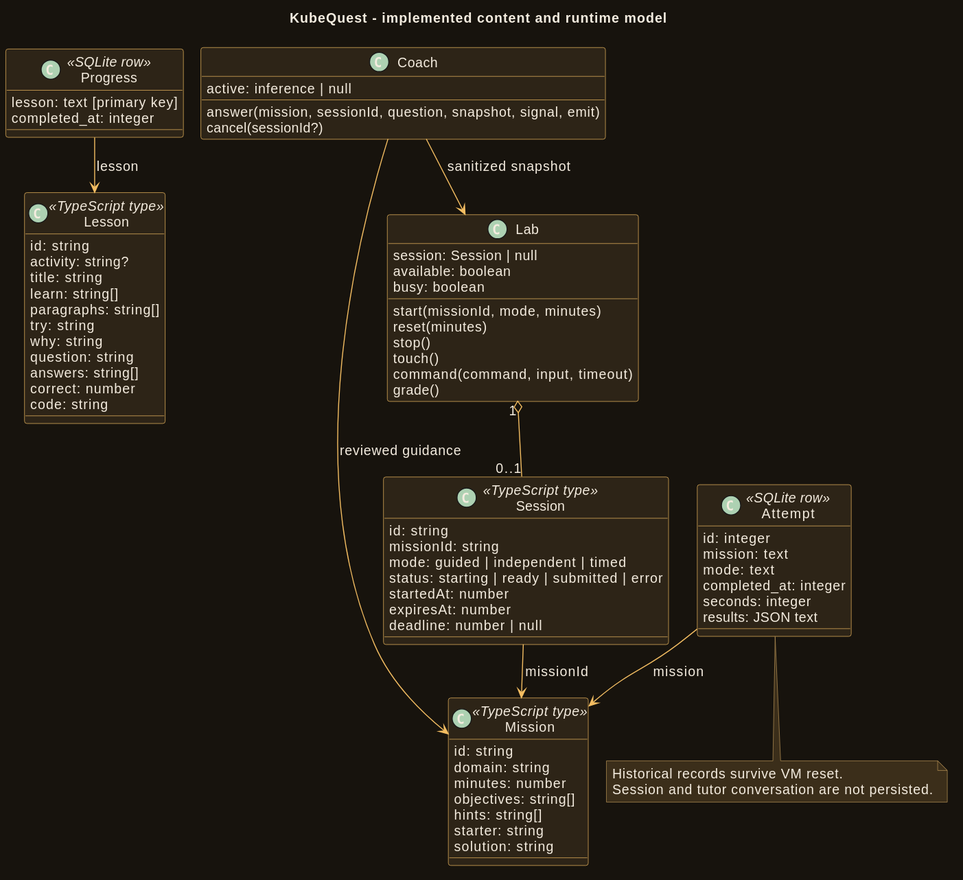
Above: diagrams/class.svg in ramideltoro/kubequest-wiki (PlantUML), before the change. Its source is kept beside it as diagrams/class.puml.
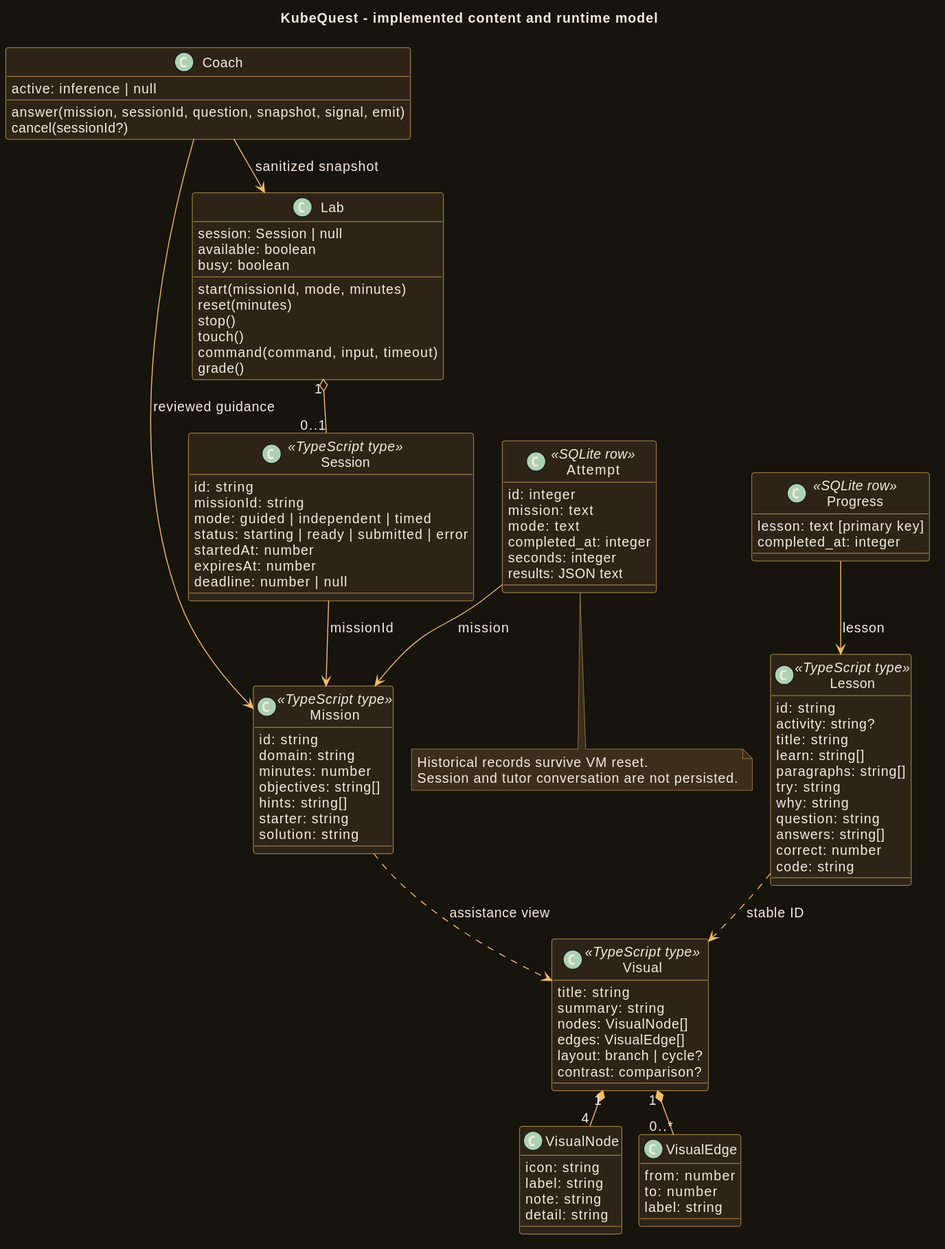
The same file after the commit.

Change to the diagram source:
```diff
@@ -91,6 +91,29 @@
  starter: string
  solution: string
 }
+class Visual <<TypeScript type>> {
+ title: string
+ summary: string
+ nodes: VisualNode[]
+ edges: VisualEdge[]
+ layout: branch | cycle?
+ contrast: comparison?
+}
+class VisualNode {
+ icon: string
+ label: string
+ note: string
+ detail: string
+}
+class VisualEdge {
+ from: number
+ to: number
+ label: string
+}
+Visual "1" *-- "4" VisualNode
+Visual "1" *-- "0..*" VisualEdge
+Lesson ..> Visual : stable ID
+Mission ..> Visual : assistance view
 class Session <<TypeScript type>> {
  id: string
  missionId: string
```
